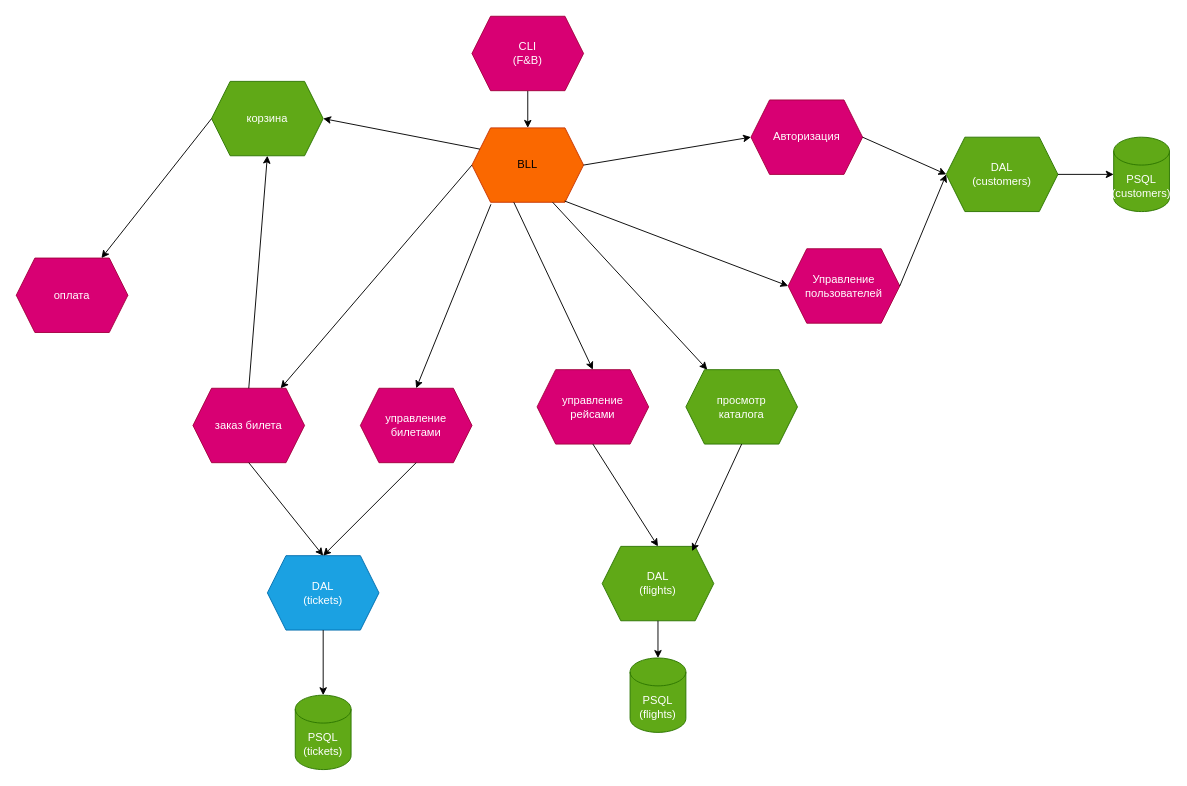
Earlier version of the draw.io diagram Architecture.drawio (chas3air/Airplanes-Co). Source tidied: cells renumbered, new cells numbered last; positions are measured from the earlier drawing's top-left corner, leaving out a move shared by most shapes. Both pictures are drawn from the tidied source at 93%, with x=0, y=0 at pixel (16, 16).
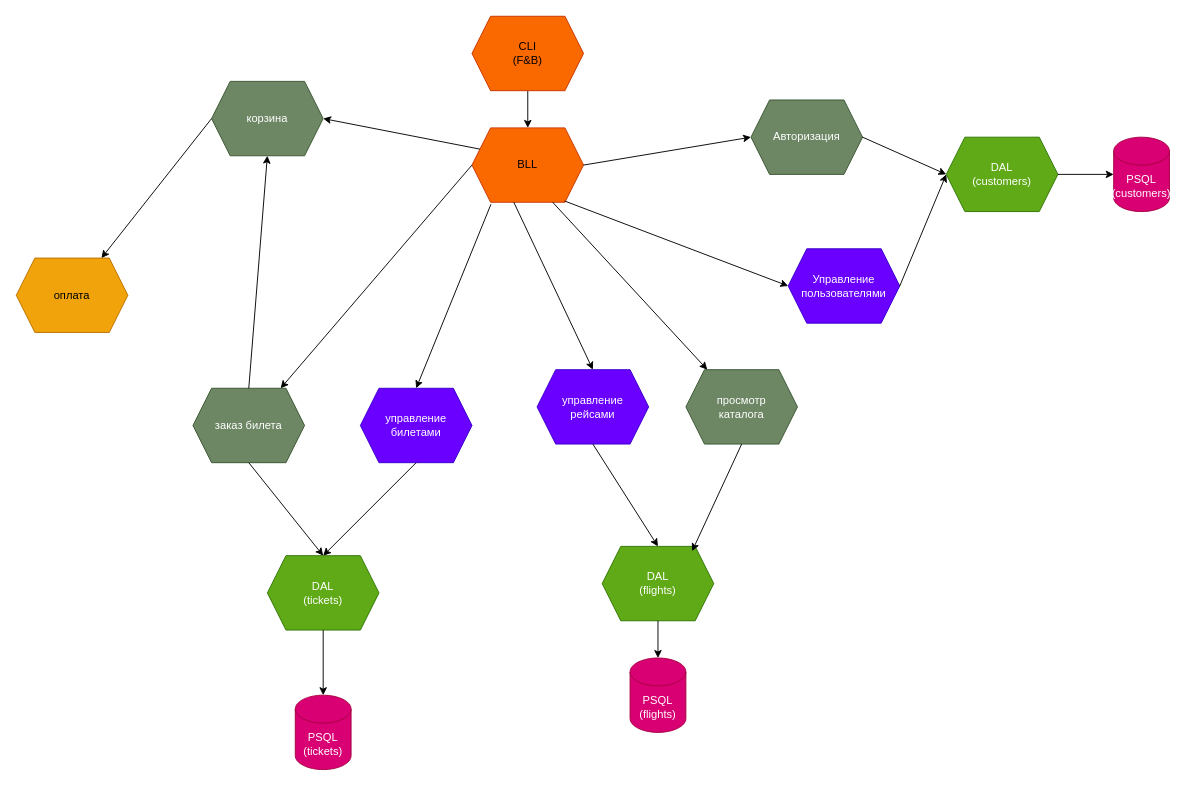
After the change.

Diff of the diagram source:
```diff
@@
-    <mxCell id="3" value="CLI&lt;div&gt;(F&amp;amp;B)&lt;/div&gt;" style="shape=hexagon;perimeter=hexagonPerimeter2;whiteSpace=wrap;html=1;fixedSize=1;fillColor=#d80073;fontColor=#ffffff;strokeColor=#A50040;" parent="1" vertex="1">
+    <mxCell id="3" value="CLI&lt;div&gt;(F&amp;amp;B)&lt;/div&gt;" style="shape=hexagon;perimeter=hexagonPerimeter2;whiteSpace=wrap;html=1;fixedSize=1;fillColor=#fa6800;fontColor=#000000;strokeColor=#C73500;" parent="1" vertex="1">
       <mxGeometry x="490" width="120" height="80" as="geometry" />
     </mxCell>
@@
-    <mxCell id="5" value="Авторизация" style="shape=hexagon;perimeter=hexagonPerimeter2;whiteSpace=wrap;html=1;fixedSize=1;fillColor=#d80073;fontColor=#ffffff;strokeColor=#A50040;" parent="1" vertex="1">
+    <mxCell id="5" value="Авторизация" style="shape=hexagon;perimeter=hexagonPerimeter2;whiteSpace=wrap;html=1;fixedSize=1;fillColor=#6d8764;fontColor=#ffffff;strokeColor=#3A5431;" parent="1" vertex="1">
       <mxGeometry x="790" y="90" width="120" height="80" as="geometry" />
     </mxCell>
@@
-    <mxCell id="7" value="PSQL&lt;div&gt;(customers)&lt;/div&gt;" style="shape=cylinder3;whiteSpace=wrap;html=1;boundedLbl=1;backgroundOutline=1;size=15;fillColor=#60a917;fontColor=#ffffff;strokeColor=#2D7600;" parent="1" vertex="1">
+    <mxCell id="7" value="PSQL&lt;div&gt;(customers)&lt;/div&gt;" style="shape=cylinder3;whiteSpace=wrap;html=1;boundedLbl=1;backgroundOutline=1;size=15;fillColor=#d80073;fontColor=#ffffff;strokeColor=#A50040;" parent="1" vertex="1">
       <mxGeometry x="1180" y="130" width="60" height="80" as="geometry" />
     </mxCell>
@@
-    <mxCell id="11" value="оплата" style="shape=hexagon;perimeter=hexagonPerimeter2;whiteSpace=wrap;html=1;fixedSize=1;fillColor=#d80073;fontColor=#ffffff;strokeColor=#A50040;" parent="1" vertex="1">
+    <mxCell id="11" value="оплата" style="shape=hexagon;perimeter=hexagonPerimeter2;whiteSpace=wrap;html=1;fixedSize=1;fillColor=#f0a30a;fontColor=#000000;strokeColor=#BD7000;" parent="1" vertex="1">
       <mxGeometry y="260" width="120" height="80" as="geometry" />
     </mxCell>
-    <mxCell id="12" value="заказ билета" style="shape=hexagon;perimeter=hexagonPerimeter2;whiteSpace=wrap;html=1;fixedSize=1;fillColor=#d80073;fontColor=#ffffff;strokeColor=#A50040;" parent="1" vertex="1">
+    <mxCell id="12" value="заказ билета" style="shape=hexagon;perimeter=hexagonPerimeter2;whiteSpace=wrap;html=1;fixedSize=1;fillColor=#6d8764;strokeColor=#3A5431;fontColor=#ffffff;" parent="1" vertex="1">
       <mxGeometry x="190" y="400" width="120" height="80" as="geometry" />
     </mxCell>
-    <mxCell id="13" value="корзина" style="shape=hexagon;perimeter=hexagonPerimeter2;whiteSpace=wrap;html=1;fixedSize=1;fillColor=#60a917;fontColor=#ffffff;strokeColor=#2D7600;" parent="1" vertex="1">
+    <mxCell id="13" value="корзина" style="shape=hexagon;perimeter=hexagonPerimeter2;whiteSpace=wrap;html=1;fixedSize=1;fillColor=#6d8764;fontColor=#ffffff;strokeColor=#3A5431;" parent="1" vertex="1">
       <mxGeometry x="210" y="70" width="120" height="80" as="geometry" />
     </mxCell>
-    <mxCell id="14" value="просмотр&lt;div&gt;каталога&lt;/div&gt;" style="shape=hexagon;perimeter=hexagonPerimeter2;whiteSpace=wrap;html=1;fixedSize=1;fillColor=#60a917;fontColor=#ffffff;strokeColor=#2D7600;" parent="1" vertex="1">
+    <mxCell id="14" value="просмотр&lt;div&gt;каталога&lt;/div&gt;" style="shape=hexagon;perimeter=hexagonPerimeter2;whiteSpace=wrap;html=1;fixedSize=1;fillColor=#6d8764;fontColor=#ffffff;strokeColor=#3A5431;" parent="1" vertex="1">
       <mxGeometry x="720" y="380" width="120" height="80" as="geometry" />
     </mxCell>
-    <mxCell id="15" value="Управление&lt;div&gt;пользователей&lt;/div&gt;" style="shape=hexagon;perimeter=hexagonPerimeter2;whiteSpace=wrap;html=1;fixedSize=1;fillColor=#d80073;fontColor=#ffffff;strokeColor=#A50040;" parent="1" vertex="1">
+    <mxCell id="15" value="Управление&lt;div&gt;пользователями&lt;/div&gt;" style="shape=hexagon;perimeter=hexagonPerimeter2;whiteSpace=wrap;html=1;fixedSize=1;fillColor=#6a00ff;fontColor=#ffffff;strokeColor=#3700CC;" parent="1" vertex="1">
       <mxGeometry x="830" y="250" width="120" height="80" as="geometry" />
     </mxCell>
-    <mxCell id="16" value="управление&lt;div&gt;рейсами&lt;/div&gt;" style="shape=hexagon;perimeter=hexagonPerimeter2;whiteSpace=wrap;html=1;fixedSize=1;fillColor=#d80073;fontColor=#ffffff;strokeColor=#A50040;" parent="1" vertex="1">
+    <mxCell id="16" value="управление&lt;div&gt;рейсами&lt;/div&gt;" style="shape=hexagon;perimeter=hexagonPerimeter2;whiteSpace=wrap;html=1;fixedSize=1;fillColor=#6a00ff;fontColor=#ffffff;strokeColor=#3700CC;" parent="1" vertex="1">
       <mxGeometry x="560" y="380" width="120" height="80" as="geometry" />
     </mxCell>
-    <mxCell id="17" value="управление&lt;div&gt;билетами&lt;/div&gt;" style="shape=hexagon;perimeter=hexagonPerimeter2;whiteSpace=wrap;html=1;fixedSize=1;fillColor=#d80073;fontColor=#ffffff;strokeColor=#A50040;" parent="1" vertex="1">
+    <mxCell id="17" value="управление&lt;div&gt;билетами&lt;/div&gt;" style="shape=hexagon;perimeter=hexagonPerimeter2;whiteSpace=wrap;html=1;fixedSize=1;fillColor=#6a00ff;fontColor=#ffffff;strokeColor=#3700CC;" parent="1" vertex="1">
       <mxGeometry x="370" y="400" width="120" height="80" as="geometry" />
     </mxCell>
@@
-    <mxCell id="25" value="PSQL&lt;div&gt;(flights)&lt;/div&gt;" style="shape=cylinder3;whiteSpace=wrap;html=1;boundedLbl=1;backgroundOutline=1;size=15;fillColor=#60a917;fontColor=#ffffff;strokeColor=#2D7600;" parent="1" vertex="1">
+    <mxCell id="25" value="PSQL&lt;div&gt;(flights)&lt;/div&gt;" style="shape=cylinder3;whiteSpace=wrap;html=1;boundedLbl=1;backgroundOutline=1;size=15;fillColor=#d80073;fontColor=#ffffff;strokeColor=#A50040;" parent="1" vertex="1">
       <mxGeometry x="660" y="690" width="60" height="80" as="geometry" />
     </mxCell>
@@
-    <mxCell id="27" value="DAL&lt;div&gt;(tickets&lt;span style=&quot;background-color: initial;&quot;&gt;)&lt;/span&gt;&lt;/div&gt;" style="shape=hexagon;perimeter=hexagonPerimeter2;whiteSpace=wrap;html=1;fixedSize=1;fillColor=#1ba1e2;fontColor=#ffffff;strokeColor=#006EAF;" parent="1" vertex="1">
+    <mxCell id="27" value="DAL&lt;div&gt;(tickets&lt;span style=&quot;background-color: initial;&quot;&gt;)&lt;/span&gt;&lt;/div&gt;" style="shape=hexagon;perimeter=hexagonPerimeter2;whiteSpace=wrap;html=1;fixedSize=1;fillColor=#60a917;fontColor=#ffffff;strokeColor=#2D7600;" parent="1" vertex="1">
       <mxGeometry x="270" y="580" width="120" height="80" as="geometry" />
     </mxCell>
-    <mxCell id="28" value="PSQL&lt;div&gt;(tickets)&lt;/div&gt;" style="shape=cylinder3;whiteSpace=wrap;html=1;boundedLbl=1;backgroundOutline=1;size=15;fillColor=#60a917;fontColor=#ffffff;strokeColor=#2D7600;" parent="1" vertex="1">
+    <mxCell id="28" value="PSQL&lt;div&gt;(tickets)&lt;/div&gt;" style="shape=cylinder3;whiteSpace=wrap;html=1;boundedLbl=1;backgroundOutline=1;size=15;fillColor=#d80073;fontColor=#ffffff;strokeColor=#A50040;" parent="1" vertex="1">
       <mxGeometry x="300" y="730" width="60" height="80" as="geometry" />
     </mxCell>
```
